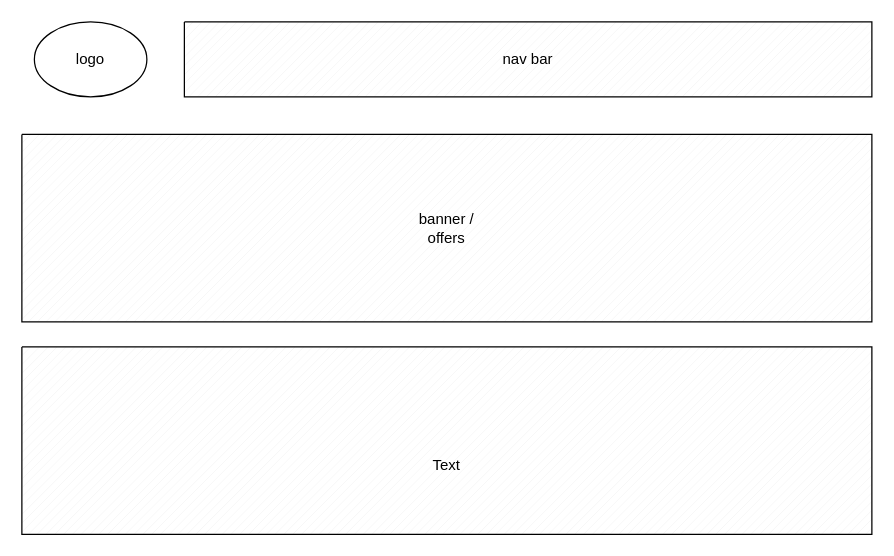
Above: ecommerce_wire.drawio in dcv-k/drawio (draw.io), before the change. Source tidied: cells renumbered, new cells numbered last; positions are measured from the earlier drawing's top-left corner, leaving out a move shared by most shapes. Both pictures are drawn from the tidied source at 125%, with x=0, y=0 at pixel (21, 21).
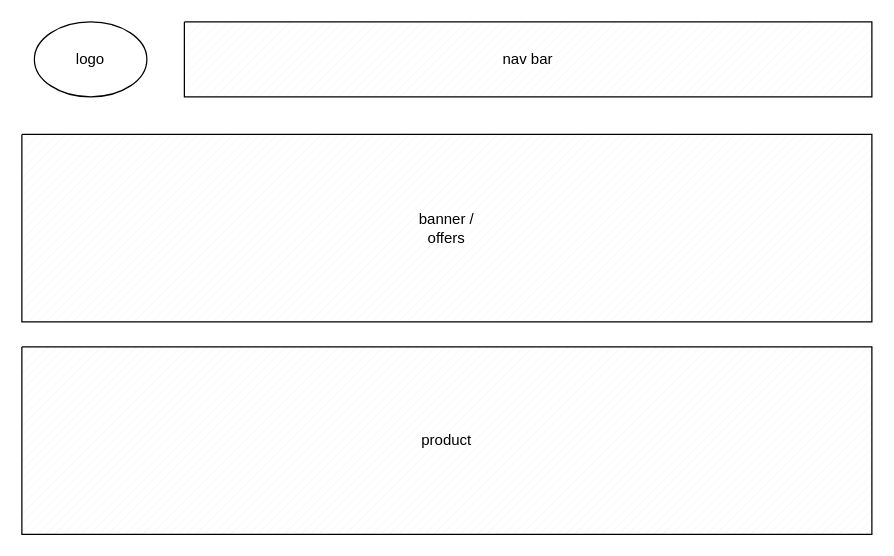
After the change.

Diff of the diagram source:
```diff
@@
 <mxGraphModel>
   <root>
     <mxCell id="0" />
     <mxCell id="1" parent="0" />
     <mxCell id="2" style="verticalLabelPosition=bottom;verticalAlign=top;html=1;shape=mxgraph.basic.patternFillRect;fillStyle=diag;step=5;fillStrokeWidth=0.2;fillStrokeColor=#dddddd;" parent="1" vertex="1">
       <mxGeometry x="130" width="550" height="60" as="geometry" />
     </mxCell>
     <mxCell id="3" style="verticalLabelPosition=bottom;verticalAlign=top;html=1;shape=mxgraph.basic.patternFillRect;fillStyle=diag;step=5;fillStrokeWidth=0.2;fillStrokeColor=#dddddd;" parent="1" vertex="1">
       <mxGeometry y="90" width="680" height="150" as="geometry" />
     </mxCell>
     <mxCell id="4" style="ellipse;whiteSpace=wrap;html=1;" parent="1" vertex="1">
       <mxGeometry x="10" width="90" height="60" as="geometry" />
     </mxCell>
     <mxCell id="5" style="verticalLabelPosition=bottom;verticalAlign=top;html=1;shape=mxgraph.basic.patternFillRect;fillStyle=diag;step=5;fillStrokeWidth=0.2;fillStrokeColor=#dddddd;" parent="1" vertex="1">
       <mxGeometry y="260" width="680" height="150" as="geometry" />
     </mxCell>
     <mxCell id="6" value="banner / offers" style="text;html=1;strokeColor=none;fillColor=none;align=center;verticalAlign=middle;whiteSpace=wrap;rounded=0;" parent="1" vertex="1">
       <mxGeometry x="310" y="150" width="60" height="30" as="geometry" />
     </mxCell>
     <mxCell id="7" value="nav bar" style="text;html=1;strokeColor=none;fillColor=none;align=center;verticalAlign=middle;whiteSpace=wrap;rounded=0;" parent="1" vertex="1">
       <mxGeometry x="375" y="15" width="60" height="30" as="geometry" />
     </mxCell>
     <mxCell id="8" value="logo" style="text;html=1;strokeColor=none;fillColor=none;align=center;verticalAlign=middle;whiteSpace=wrap;rounded=0;" parent="1" vertex="1">
       <mxGeometry x="25" y="15" width="60" height="30" as="geometry" />
     </mxCell>
-    <mxCell id="9" value="Text" style="text;html=1;strokeColor=none;fillColor=none;align=center;verticalAlign=middle;whiteSpace=wrap;rounded=0;" parent="1" vertex="1">
-      <mxGeometry x="310" y="340" width="60" height="30" as="geometry" />
+    <mxCell id="9" value="product" style="text;html=1;strokeColor=none;fillColor=none;align=center;verticalAlign=middle;whiteSpace=wrap;rounded=0;" parent="1" vertex="1">
+      <mxGeometry x="310" y="320" width="60" height="30" as="geometry" />
     </mxCell>
   </root>
 </mxGraphModel>
```
